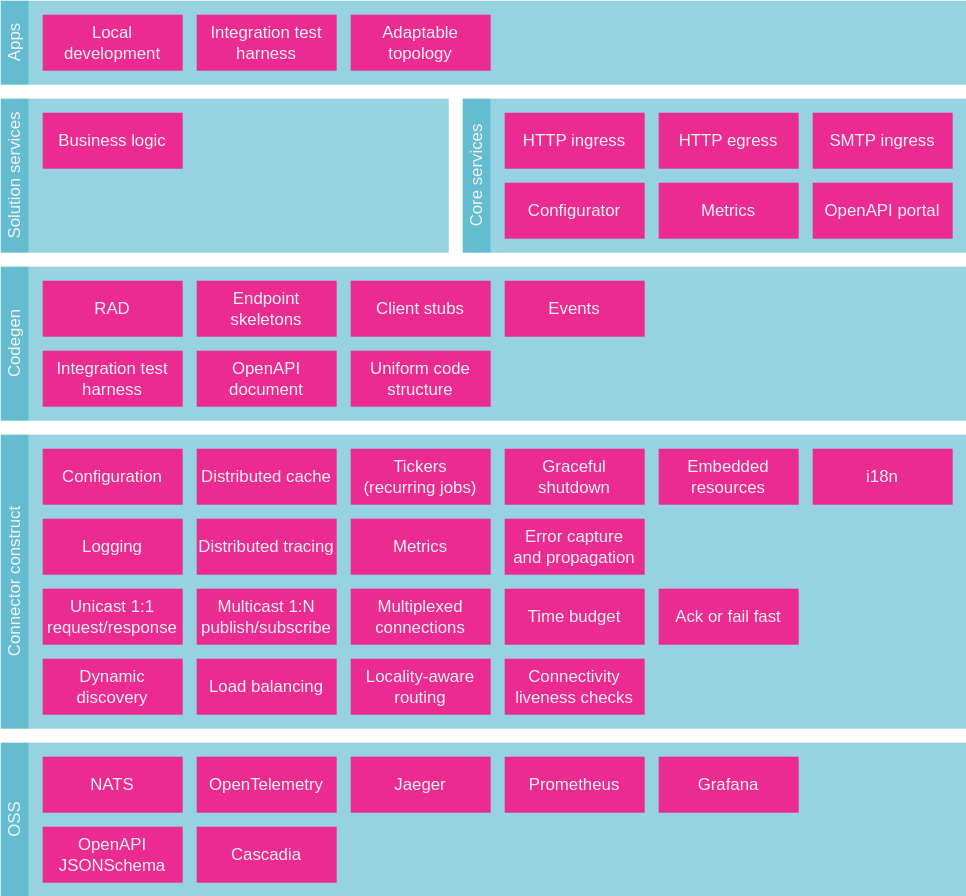
microbus-io/fabric keeps this draw.io diagram as docs/blocks/layers-1.drawio.svg. Above is the earlier version. Source tidied: cells renumbered, new cells last; positions are measured from the earlier drawing's top-left corner, leaving out a move shared by most shapes.
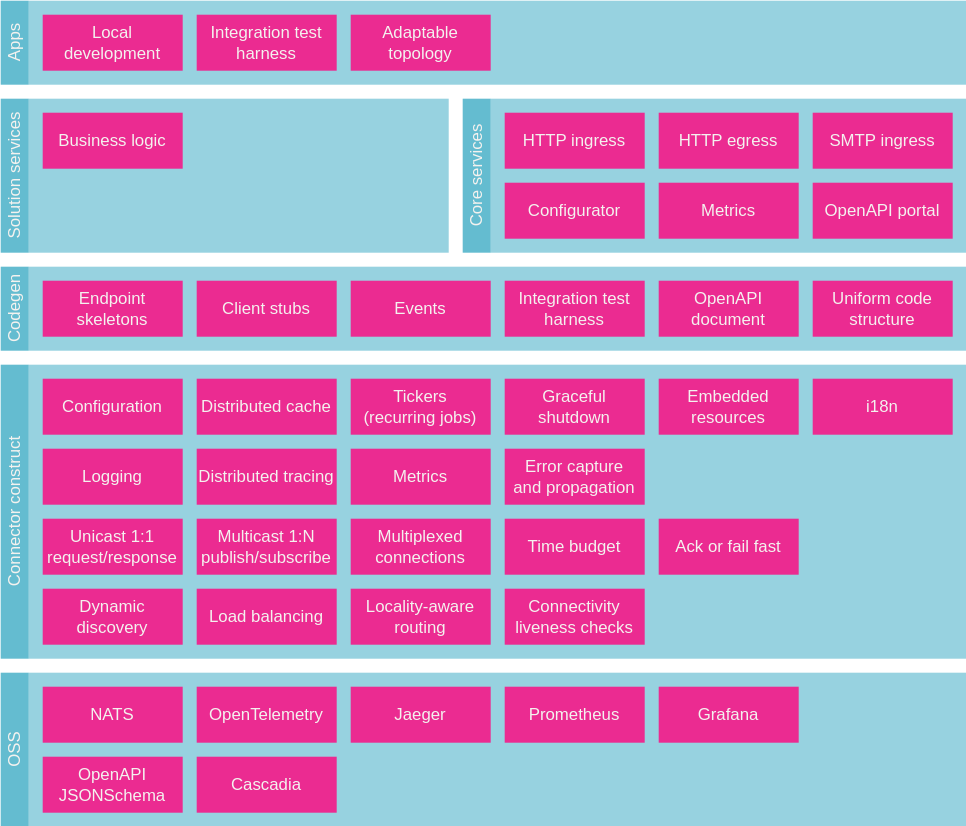
Later version of the same file.

Change to the diagram source:
```diff
@@ -15,31 +15,31 @@
       <mxGeometry y="310" width="20" height="210" as="geometry" />
     </mxCell>
     <mxCell id="6" style="rounded=0;whiteSpace=wrap;html=1;dashed=1;fillColor=#31a6c1;opacity=50;strokeColor=none;align=center;verticalAlign=middle;fontFamily=Helvetica;fontSize=12;fontColor=#F4F2EF;" parent="1" vertex="1">
-      <mxGeometry x="20" y="190" width="670" height="110" as="geometry" />
+      <mxGeometry x="20" y="240" width="670" height="60" as="geometry" />
     </mxCell>
     <mxCell id="7" value="Codegen" style="rounded=0;whiteSpace=wrap;html=1;horizontal=0;strokeColor=none;fillColor=#31a6c1;opacity=75;shadow=0;fontColor=#F4F2EF;" parent="1" vertex="1">
-      <mxGeometry y="190" width="20" height="110" as="geometry" />
+      <mxGeometry y="240" width="20" height="60" as="geometry" />
     </mxCell>
     <mxCell id="8" style="rounded=0;whiteSpace=wrap;html=1;fillColor=#31a6c1;opacity=50;strokeColor=none;fontColor=#F4F2EF;" parent="1" vertex="1">
-      <mxGeometry x="20" y="70" width="300" height="110" as="geometry" />
+      <mxGeometry x="20" y="120" width="300" height="110" as="geometry" />
     </mxCell>
     <mxCell id="9" value="Solution services" style="rounded=0;whiteSpace=wrap;html=1;horizontal=0;strokeColor=none;fillColor=#31a6c1;opacity=75;shadow=0;fontColor=#F4F2EF;" parent="1" vertex="1">
-      <mxGeometry y="70" width="20" height="110" as="geometry" />
+      <mxGeometry y="120" width="20" height="110" as="geometry" />
     </mxCell>
     <mxCell id="10" style="rounded=0;whiteSpace=wrap;html=1;dashed=1;fillColor=#31a6c1;opacity=50;strokeColor=none;align=center;verticalAlign=middle;fontFamily=Helvetica;fontSize=12;fontColor=#F4F2EF;" parent="1" vertex="1">
-      <mxGeometry x="350" y="70" width="340" height="110" as="geometry" />
+      <mxGeometry x="350" y="120" width="340" height="110" as="geometry" />
     </mxCell>
     <mxCell id="11" value="Client stubs" style="rounded=0;whiteSpace=wrap;html=1;fillColor=#eb2b91;strokeColor=none;fontColor=#F4F2EF;align=center;verticalAlign=middle;fontFamily=Helvetica;fontSize=12;" parent="1" vertex="1">
-      <mxGeometry x="250" y="200" width="100" height="40" as="geometry" />
+      <mxGeometry x="140" y="250" width="100" height="40" as="geometry" />
     </mxCell>
     <mxCell id="12" value="Integration test harness" style="rounded=0;whiteSpace=wrap;html=1;fillColor=#eb2b91;strokeColor=none;fontColor=#F4F2EF;align=center;verticalAlign=middle;fontFamily=Helvetica;fontSize=12;" parent="1" vertex="1">
-      <mxGeometry x="30" y="250" width="100" height="40" as="geometry" />
+      <mxGeometry x="360" y="250" width="100" height="40" as="geometry" />
     </mxCell>
     <mxCell id="13" value="OpenAPI&lt;div&gt;document&lt;/div&gt;" style="rounded=0;whiteSpace=wrap;html=1;fillColor=#eb2b91;strokeColor=none;fontColor=#F4F2EF;align=center;verticalAlign=middle;fontFamily=Helvetica;fontSize=12;" parent="1" vertex="1">
-      <mxGeometry x="140" y="250" width="100" height="40" as="geometry" />
+      <mxGeometry x="470" y="250" width="100" height="40" as="geometry" />
     </mxCell>
     <mxCell id="14" value="Uniform code structure" style="rounded=0;whiteSpace=wrap;html=1;fillColor=#eb2b91;strokeColor=none;fontColor=#F4F2EF;align=center;verticalAlign=middle;fontFamily=Helvetica;fontSize=12;" parent="1" vertex="1">
-      <mxGeometry x="250" y="250" width="100" height="40" as="geometry" />
+      <mxGeometry x="580" y="250" width="100" height="40" as="geometry" />
     </mxCell>
     <mxCell id="15" value="Configuration" style="rounded=0;whiteSpace=wrap;html=1;fillColor=#eb2b91;strokeColor=none;fontColor=#F4F2EF;align=center;verticalAlign=middle;fontFamily=Helvetica;fontSize=12;" parent="1" vertex="1">
       <mxGeometry x="30" y="320" width="100" height="40" as="geometry" />
@@ -98,29 +98,26 @@
     <mxCell id="33" value="Load balancing" style="rounded=0;whiteSpace=wrap;html=1;fillColor=#eb2b91;strokeColor=none;fontColor=#F4F2EF;align=center;verticalAlign=middle;fontFamily=Helvetica;fontSize=12;" parent="1" vertex="1">
       <mxGeometry x="140" y="470" width="100" height="40" as="geometry" />
     </mxCell>
-    <mxCell id="34" value="RAD" style="rounded=0;whiteSpace=wrap;html=1;fillColor=#eb2b91;strokeColor=none;fontColor=#F4F2EF;" parent="1" vertex="1">
-      <mxGeometry x="30" y="200" width="100" height="40" as="geometry" />
-    </mxCell>
     <mxCell id="35" value="Business logic" style="rounded=0;whiteSpace=wrap;html=1;fontColor=#F4F2EF;strokeColor=none;fillColor=#eb2b91;align=center;verticalAlign=middle;fontFamily=Helvetica;fontSize=12;" parent="1" vertex="1">
-      <mxGeometry x="30" y="80" width="100" height="40" as="geometry" />
+      <mxGeometry x="30" y="130" width="100" height="40" as="geometry" />
     </mxCell>
     <mxCell id="36" value="HTTP ingress" style="rounded=0;whiteSpace=wrap;html=1;fillColor=#eb2b91;gradientColor=none;fontColor=#F4F2EF;strokeColor=none;align=center;verticalAlign=middle;fontFamily=Helvetica;fontSize=12;" parent="1" vertex="1">
-      <mxGeometry x="360" y="80" width="100" height="40" as="geometry" />
+      <mxGeometry x="360" y="130" width="100" height="40" as="geometry" />
     </mxCell>
     <mxCell id="37" value="OpenAPI portal" style="rounded=0;whiteSpace=wrap;html=1;fillColor=#eb2b91;gradientColor=none;fontColor=#F4F2EF;strokeColor=none;align=center;verticalAlign=middle;fontFamily=Helvetica;fontSize=12;" parent="1" vertex="1">
-      <mxGeometry x="580" y="130" width="100" height="40" as="geometry" />
+      <mxGeometry x="580" y="180" width="100" height="40" as="geometry" />
     </mxCell>
     <mxCell id="38" value="Metrics" style="rounded=0;whiteSpace=wrap;html=1;fillColor=#eb2b91;gradientColor=none;fontColor=#F4F2EF;strokeColor=none;align=center;verticalAlign=middle;fontFamily=Helvetica;fontSize=12;" parent="1" vertex="1">
-      <mxGeometry x="470" y="130" width="100" height="40" as="geometry" />
+      <mxGeometry x="470" y="180" width="100" height="40" as="geometry" />
     </mxCell>
     <mxCell id="39" value="HTTP egress" style="rounded=0;whiteSpace=wrap;html=1;fillColor=#eb2b91;gradientColor=none;fontColor=#F4F2EF;strokeColor=none;align=center;verticalAlign=middle;fontFamily=Helvetica;fontSize=12;" parent="1" vertex="1">
-      <mxGeometry x="470" y="80" width="100" height="40" as="geometry" />
+      <mxGeometry x="470" y="130" width="100" height="40" as="geometry" />
     </mxCell>
     <mxCell id="40" value="SMTP ingress" style="rounded=0;whiteSpace=wrap;html=1;fillColor=#eb2b91;gradientColor=none;fontColor=#F4F2EF;strokeColor=none;align=center;verticalAlign=middle;fontFamily=Helvetica;fontSize=12;" parent="1" vertex="1">
-      <mxGeometry x="580" y="80" width="100" height="40" as="geometry" />
+      <mxGeometry x="580" y="130" width="100" height="40" as="geometry" />
     </mxCell>
     <mxCell id="41" value="Events" style="rounded=0;whiteSpace=wrap;html=1;fillColor=#eb2b91;strokeColor=none;fontColor=#F4F2EF;align=center;verticalAlign=middle;fontFamily=Helvetica;fontSize=12;" parent="1" vertex="1">
-      <mxGeometry x="360" y="200" width="100" height="40" as="geometry" />
+      <mxGeometry x="250" y="250" width="100" height="40" as="geometry" />
     </mxCell>
     <mxCell id="42" value="OpenAPI&lt;br&gt;JSONSchema" style="rounded=0;whiteSpace=wrap;html=1;fillColor=#eb2b91;strokeColor=none;fontColor=#F4F2EF;align=center;verticalAlign=middle;fontFamily=Helvetica;fontSize=12;" parent="1" vertex="1">
       <mxGeometry x="30" y="590" width="100" height="40" as="geometry" />
@@ -135,28 +132,28 @@
       <mxGeometry x="580" y="320" width="100" height="40" as="geometry" />
     </mxCell>
     <mxCell id="46" value="Core services" style="rounded=0;whiteSpace=wrap;html=1;horizontal=0;strokeColor=none;fillColor=#31a6c1;opacity=75;shadow=0;fontColor=#F4F2EF;" parent="1" vertex="1">
-      <mxGeometry x="330" y="70" width="20" height="110" as="geometry" />
+      <mxGeometry x="330" y="120" width="20" height="110" as="geometry" />
     </mxCell>
     <mxCell id="47" value="Configurator" style="rounded=0;whiteSpace=wrap;html=1;fillColor=#eb2b91;gradientColor=none;fontColor=#F4F2EF;strokeColor=none;align=center;verticalAlign=middle;fontFamily=Helvetica;fontSize=12;" parent="1" vertex="1">
-      <mxGeometry x="360" y="130" width="100" height="40" as="geometry" />
+      <mxGeometry x="360" y="180" width="100" height="40" as="geometry" />
     </mxCell>
     <mxCell id="48" value="Endpoint skeletons" style="rounded=0;whiteSpace=wrap;html=1;fillColor=#eb2b91;strokeColor=none;fontColor=#F4F2EF;align=center;verticalAlign=middle;fontFamily=Helvetica;fontSize=12;" parent="1" vertex="1">
-      <mxGeometry x="140" y="200" width="100" height="40" as="geometry" />
+      <mxGeometry x="30" y="250" width="100" height="40" as="geometry" />
     </mxCell>
     <mxCell id="49" style="rounded=0;whiteSpace=wrap;html=1;fillColor=#31a6c1;opacity=50;strokeColor=none;fontColor=#F4F2EF;" parent="1" vertex="1">
-      <mxGeometry x="20" width="670" height="60" as="geometry" />
+      <mxGeometry x="20" y="50" width="670" height="60" as="geometry" />
     </mxCell>
     <mxCell id="50" value="Apps" style="rounded=0;whiteSpace=wrap;html=1;horizontal=0;strokeColor=none;fillColor=#31a6c1;opacity=75;shadow=0;fontColor=#F4F2EF;" parent="1" vertex="1">
-      <mxGeometry width="20" height="60" as="geometry" />
+      <mxGeometry y="50" width="20" height="60" as="geometry" />
     </mxCell>
     <mxCell id="51" value="Local development" style="rounded=0;whiteSpace=wrap;html=1;fontColor=#F4F2EF;strokeColor=none;fillColor=#eb2b91;align=center;verticalAlign=middle;fontFamily=Helvetica;fontSize=12;" parent="1" vertex="1">
-      <mxGeometry x="30" y="10" width="100" height="40" as="geometry" />
+      <mxGeometry x="30" y="60" width="100" height="40" as="geometry" />
     </mxCell>
     <mxCell id="52" value="Adaptable topology" style="rounded=0;whiteSpace=wrap;html=1;fontColor=#F4F2EF;strokeColor=none;fillColor=#eb2b91;align=center;verticalAlign=middle;fontFamily=Helvetica;fontSize=12;" parent="1" vertex="1">
-      <mxGeometry x="250" y="10" width="100" height="40" as="geometry" />
+      <mxGeometry x="250" y="60" width="100" height="40" as="geometry" />
     </mxCell>
     <mxCell id="53" value="Integration test harness" style="rounded=0;whiteSpace=wrap;html=1;fillColor=#eb2b91;strokeColor=none;fontColor=#F4F2EF;align=center;verticalAlign=middle;fontFamily=Helvetica;fontSize=12;" parent="1" vertex="1">
-      <mxGeometry x="140" y="10" width="100" height="40" as="geometry" />
+      <mxGeometry x="140" y="60" width="100" height="40" as="geometry" />
     </mxCell>
     <mxCell id="54" value="Locality-aware routing" style="rounded=0;whiteSpace=wrap;html=1;fillColor=#eb2b91;strokeColor=none;fontColor=#F4F2EF;align=center;verticalAlign=middle;fontFamily=Helvetica;fontSize=12;" parent="1" vertex="1">
       <mxGeometry x="250" y="470" width="100" height="40" as="geometry" />
```
